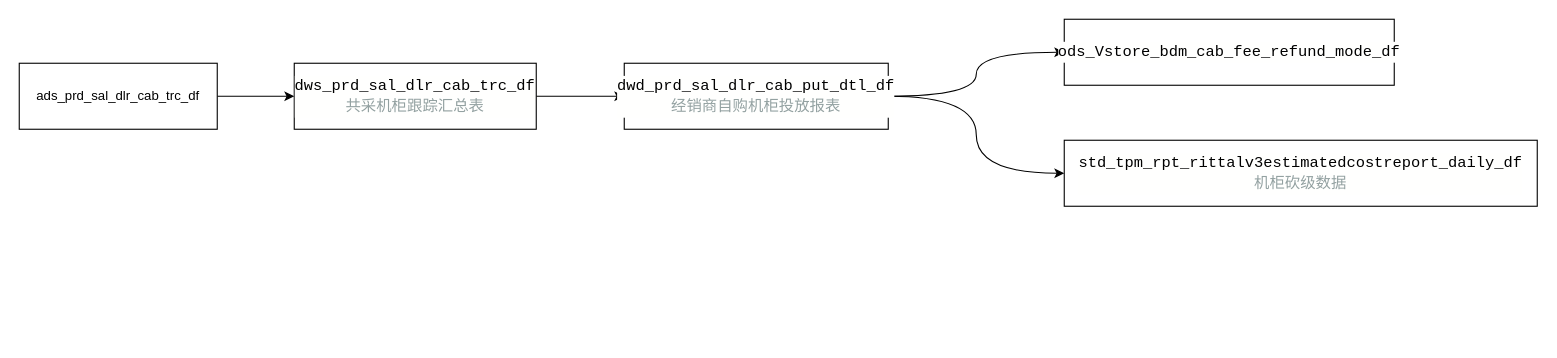
Earlier version of the draw.io diagram cab_4.0.drawio (fsJerryChan/fsJerryChan). Source tidied: cells renumbered, new cells numbered last; positions are measured from the earlier drawing's top-left corner, leaving out a move shared by most shapes. Both pictures are drawn from the tidied source at 110%, with x=0, y=0 at pixel (19, 19).
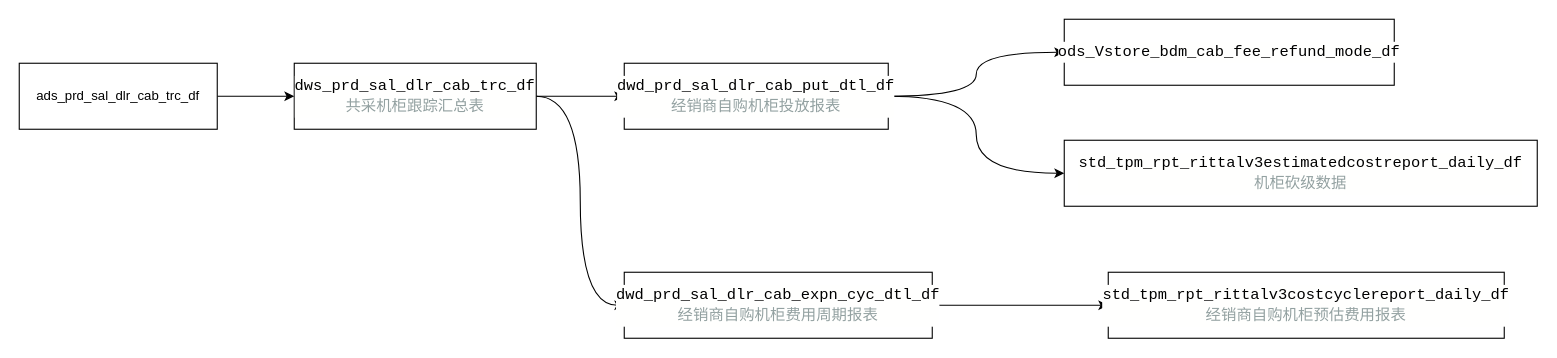
The same page after the edit.

Change to the diagram source:
```diff
@@
 <mxGraphModel>
   <root>
     <mxCell id="0" />
     <mxCell id="1" parent="0" />
     <mxCell id="2" style="edgeStyle=orthogonalEdgeStyle;rounded=0;jettySize=auto;html=1;entryX=0;entryY=0.5;entryDx=0;entryDy=0;" parent="1" edge="1" source="3" target="5">
       <mxGeometry relative="1" as="geometry" />
     </mxCell>
     <mxCell id="3" value="ads_prd_sal_dlr_cab_trc_df" style="rounded=0;whiteSpace=wrap;html=1;" parent="1" vertex="1">
       <mxGeometry y="40" width="180" height="60" as="geometry" />
     </mxCell>
     <mxCell id="4" style="edgeStyle=orthogonalEdgeStyle;rounded=0;jettySize=auto;html=1;" parent="1" edge="1" source="5" target="8">
       <mxGeometry relative="1" as="geometry" />
     </mxCell>
+    <mxCell id="11" style="edgeStyle=orthogonalEdgeStyle;rounded=0;jettySize=auto;html=1;entryX=0;entryY=0.5;entryDx=0;entryDy=0;curved=1;" parent="1" edge="1" source="5" target="13">
+      <mxGeometry relative="1" as="geometry" />
+    </mxCell>
     <mxCell id="5" value="&lt;div style=&quot;background-color: rgb(255, 255, 254); font-family: Consolas, &amp;quot;Courier New&amp;quot;, monospace; font-size: 14px; line-height: 19px; white-space: pre;&quot;&gt;dws_prd_sal_dlr_cab_trc_df&lt;br/&gt;&lt;div style=&quot;line-height: 19px;&quot;&gt;&lt;span style=&quot;color: #93a1a1;&quot;&gt;共采机柜跟踪汇总表&lt;/span&gt;&lt;/div&gt;&lt;/div&gt;" style="rounded=0;whiteSpace=wrap;html=1;" parent="1" vertex="1">
       <mxGeometry x="250" y="40" width="220" height="60" as="geometry" />
     </mxCell>
     <mxCell id="6" style="edgeStyle=orthogonalEdgeStyle;rounded=0;jettySize=auto;html=1;curved=1;" parent="1" edge="1" source="8" target="9">
       <mxGeometry relative="1" as="geometry" />
     </mxCell>
     <mxCell id="7" style="edgeStyle=orthogonalEdgeStyle;rounded=0;jettySize=auto;html=1;curved=1;entryX=0;entryY=0.5;entryDx=0;entryDy=0;" parent="1" edge="1" source="8" target="10">
       <mxGeometry relative="1" as="geometry" />
     </mxCell>
     <mxCell id="8" value="&lt;div style=&quot;background-color: rgb(255, 255, 254); font-family: Consolas, &amp;quot;Courier New&amp;quot;, monospace; font-size: 14px; line-height: 19px; white-space: pre;&quot;&gt;dwd_prd_sal_dlr_cab_put_dtl_df&lt;br/&gt;&lt;div style=&quot;line-height: 19px;&quot;&gt;&lt;span style=&quot;color: #93a1a1;&quot;&gt;经销商自购机柜投放报表&lt;/span&gt;&lt;/div&gt;&lt;/div&gt;" style="rounded=0;whiteSpace=wrap;html=1;" parent="1" vertex="1">
       <mxGeometry x="550" y="40" width="240" height="60" as="geometry" />
     </mxCell>
     <mxCell id="9" value="&lt;div style=&quot;background-color: rgb(255, 255, 254); font-family: Consolas, &amp;quot;Courier New&amp;quot;, monospace; font-size: 14px; line-height: 19px; white-space: pre;&quot;&gt;ods_Vstore_bdm_cab_fee_refund_mode_df&lt;/div&gt;" style="whiteSpace=wrap;html=1;rounded=0;" parent="1" vertex="1">
       <mxGeometry x="950" width="300" height="60" as="geometry" />
     </mxCell>
     <mxCell id="10" value="&lt;div style=&quot;background-color: rgb(255, 255, 254); font-family: Consolas, &amp;quot;Courier New&amp;quot;, monospace; font-size: 14px; line-height: 19px; white-space: pre;&quot;&gt;std_tpm_rpt_rittalv3estimatedcostreport_daily_df&lt;br/&gt;&lt;div style=&quot;line-height: 19px;&quot;&gt;&lt;span style=&quot;color: #93a1a1;&quot;&gt;机柜砍级数据&lt;/span&gt;&lt;/div&gt;&lt;/div&gt;" style="whiteSpace=wrap;html=1;rounded=0;" parent="1" vertex="1">
       <mxGeometry x="950" y="110" width="430" height="60" as="geometry" />
     </mxCell>
+    <mxCell id="12" style="edgeStyle=orthogonalEdgeStyle;rounded=0;jettySize=auto;html=1;" parent="1" edge="1" source="13" target="14">
+      <mxGeometry relative="1" as="geometry" />
+    </mxCell>
+    <mxCell id="13" value="&lt;div style=&quot;background-color: rgb(255, 255, 254); font-family: Consolas, &amp;quot;Courier New&amp;quot;, monospace; font-size: 14px; line-height: 19px; white-space: pre;&quot;&gt;dwd_prd_sal_dlr_cab_expn_cyc_dtl_df&lt;br/&gt;&lt;div style=&quot;line-height: 19px;&quot;&gt;&lt;span style=&quot;color: #93a1a1;&quot;&gt;经销商自购机柜费用周期报表&lt;/span&gt;&lt;/div&gt;&lt;/div&gt;" style="rounded=0;whiteSpace=wrap;html=1;" parent="1" vertex="1">
+      <mxGeometry x="550" y="230" width="280" height="60" as="geometry" />
+    </mxCell>
+    <mxCell id="14" value="&lt;div style=&quot;background-color: rgb(255, 255, 254); font-family: Consolas, &amp;quot;Courier New&amp;quot;, monospace; font-size: 14px; line-height: 19px; white-space: pre;&quot;&gt;std_tpm_rpt_rittalv3costcyclereport_daily_df&lt;br/&gt;&lt;div style=&quot;line-height: 19px;&quot;&gt;&lt;span style=&quot;color: #93a1a1;&quot;&gt;经销商自购机柜预估费用报表&lt;/span&gt;&lt;/div&gt;&lt;/div&gt;" style="whiteSpace=wrap;html=1;rounded=0;" parent="1" vertex="1">
+      <mxGeometry x="990" y="230" width="360" height="60" as="geometry" />
+    </mxCell>
   </root>
 </mxGraphModel>
```
